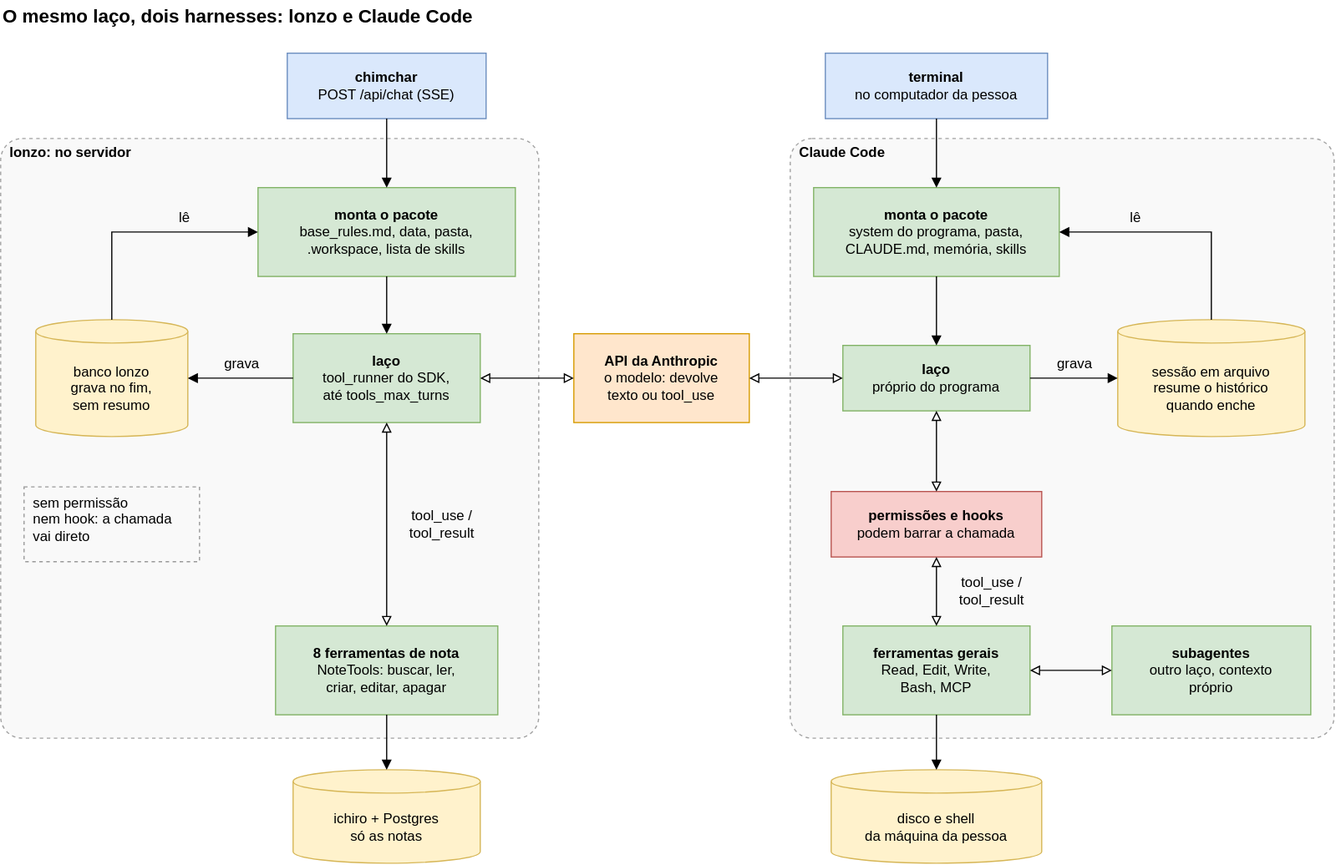
LuccaRh/NoteProject keeps this draw.io diagram as ai/obsidian/IA no projeto/Figuras/harness-lonzo-e-claude-code.drawio.svg. Above is the earlier version. Source tidied: cells renumbered, new cells last; positions are measured from the earlier drawing's top-left corner, leaving out a move shared by most shapes.
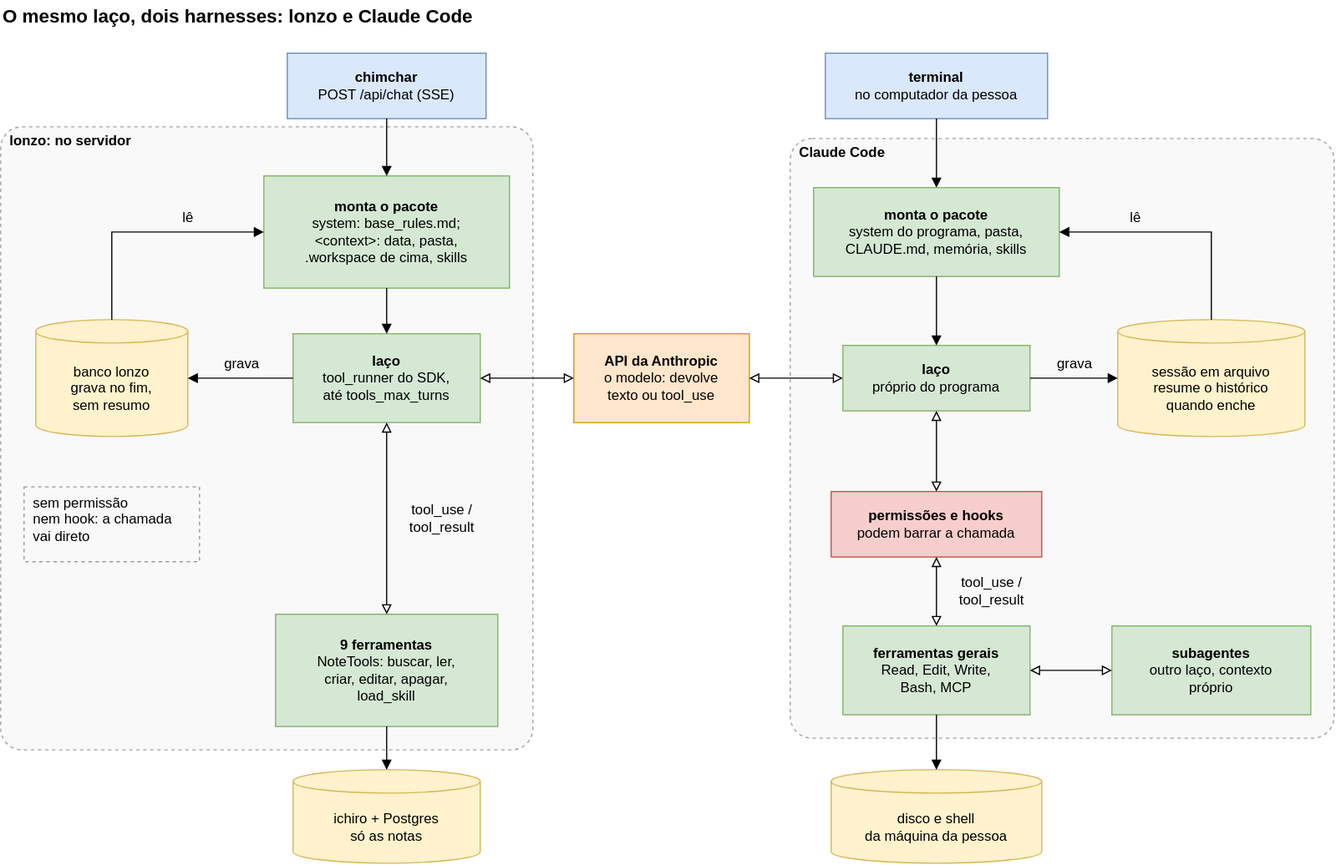
Above is the later version.

The edit, as a diff of the source:
```diff
@@ -5,23 +5,23 @@
     <mxCell id="2" value="O mesmo laço, dois harnesses: lonzo e Claude Code" style="text;html=1;align=left;verticalAlign=middle;fontSize=16;fontStyle=1;" parent="1" vertex="1">
       <mxGeometry width="467" height="26" as="geometry" />
     </mxCell>
+    <mxCell id="4" style="rounded=1;arcSize=4;dashed=1;html=1;fontSize=12;fillColor=#f5f5f5;strokeColor=#666666;opacity=60;" parent="1" vertex="1">
+      <mxGeometry y="108" width="455" height="533" as="geometry" />
+    </mxCell>
     <mxCell id="3" style="rounded=1;arcSize=4;dashed=1;html=1;fontSize=12;fillColor=#f5f5f5;strokeColor=#666666;opacity=60;" parent="1" vertex="1">
       <mxGeometry x="675" y="118" width="465" height="513" as="geometry" />
     </mxCell>
-    <mxCell id="4" style="rounded=1;arcSize=4;dashed=1;html=1;fontSize=12;fillColor=#f5f5f5;strokeColor=#666666;opacity=60;" parent="1" vertex="1">
-      <mxGeometry y="118" width="460" height="513" as="geometry" />
-    </mxCell>
     <mxCell id="5" value="&lt;b&gt;chimchar&lt;/b&gt;&lt;br&gt;POST /api/chat (SSE)" style="html=1;whiteSpace=wrap;fontSize=12;rounded=0;fillColor=#dae8fc;strokeColor=#6c8ebf;" parent="1" vertex="1">
       <mxGeometry x="245" y="45" width="170" height="56" as="geometry" />
     </mxCell>
-    <mxCell id="6" value="&lt;b&gt;monta o pacote&lt;/b&gt;&lt;br&gt;base_rules.md, data, pasta,&lt;br&gt;.workspace, lista de skills" style="html=1;whiteSpace=wrap;fontSize=12;rounded=0;fillColor=#d5e8d4;strokeColor=#82b366;" parent="1" vertex="1">
-      <mxGeometry x="220" y="160" width="220" height="76" as="geometry" />
+    <mxCell id="6" value="&lt;b&gt;monta o pacote&lt;/b&gt;&lt;br&gt;system: base_rules.md;&lt;br&gt;&amp;lt;context&amp;gt;: data, pasta,&lt;br&gt;.workspace de cima, skills" style="html=1;whiteSpace=wrap;fontSize=12;rounded=0;fillColor=#d5e8d4;strokeColor=#82b366;" parent="1" vertex="1">
+      <mxGeometry x="225" y="150" width="210" height="96" as="geometry" />
     </mxCell>
     <mxCell id="7" value="&lt;b&gt;laço&lt;/b&gt;&lt;br&gt;tool_runner do SDK,&lt;br&gt;até tools_max_turns" style="html=1;whiteSpace=wrap;fontSize=12;rounded=0;fillColor=#d5e8d4;strokeColor=#82b366;" parent="1" vertex="1">
       <mxGeometry x="250" y="285" width="160" height="76" as="geometry" />
     </mxCell>
-    <mxCell id="8" value="&lt;b&gt;8 ferramentas de nota&lt;/b&gt;&lt;br&gt;NoteTools: buscar, ler,&lt;br&gt;criar, editar, apagar" style="html=1;whiteSpace=wrap;fontSize=12;rounded=0;fillColor=#d5e8d4;strokeColor=#82b366;" parent="1" vertex="1">
-      <mxGeometry x="235" y="535" width="190" height="76" as="geometry" />
+    <mxCell id="8" value="&lt;b&gt;9 ferramentas&lt;/b&gt;&lt;br&gt;NoteTools: buscar, ler,&lt;br&gt;criar, editar, apagar,&lt;br&gt;load_skill" style="html=1;whiteSpace=wrap;fontSize=12;rounded=0;fillColor=#d5e8d4;strokeColor=#82b366;" parent="1" vertex="1">
+      <mxGeometry x="235" y="525" width="190" height="96" as="geometry" />
     </mxCell>
     <mxCell id="9" value="banco lonzo&lt;br&gt;grava no fim,&lt;br&gt;sem resumo" style="html=1;whiteSpace=wrap;fontSize=12;shape=cylinder3;boundedLbl=1;backgroundOutline=1;size=10;fillColor=#fff2cc;strokeColor=#d6b656;" parent="1" vertex="1">
       <mxGeometry x="30" y="273" width="130" height="100" as="geometry" />
@@ -62,19 +62,19 @@
     <mxCell id="21" style="html=1;rounded=0;endArrow=block;endFill=1;startArrow=none;" parent="1" edge="1">
       <mxGeometry relative="1" as="geometry">
         <mxPoint x="330" y="101" as="sourcePoint" />
-        <mxPoint x="330" y="160" as="targetPoint" />
+        <mxPoint x="330" y="150" as="targetPoint" />
       </mxGeometry>
     </mxCell>
     <mxCell id="22" style="html=1;rounded=0;endArrow=block;endFill=1;startArrow=none;" parent="1" edge="1">
       <mxGeometry relative="1" as="geometry">
-        <mxPoint x="330" y="236" as="sourcePoint" />
+        <mxPoint x="330" y="246" as="sourcePoint" />
         <mxPoint x="330" y="285" as="targetPoint" />
       </mxGeometry>
     </mxCell>
     <mxCell id="23" style="html=1;rounded=0;endArrow=block;endFill=1;startArrow=none;" parent="1" edge="1">
       <mxGeometry relative="1" as="geometry">
         <mxPoint x="95" y="273" as="sourcePoint" />
-        <mxPoint x="220" y="198" as="targetPoint" />
+        <mxPoint x="225" y="198" as="targetPoint" />
         <Array as="points">
           <mxPoint x="95" y="198" />
         </Array>
@@ -95,12 +95,12 @@
     <mxCell id="26" style="html=1;rounded=0;endArrow=block;endFill=0;startArrow=block;startFill=0;" parent="1" edge="1">
       <mxGeometry relative="1" as="geometry">
         <mxPoint x="330" y="361" as="sourcePoint" />
-        <mxPoint x="330" y="535" as="targetPoint" />
+        <mxPoint x="330" y="525" as="targetPoint" />
       </mxGeometry>
     </mxCell>
     <mxCell id="27" style="html=1;rounded=0;endArrow=block;endFill=1;startArrow=none;" parent="1" edge="1">
       <mxGeometry relative="1" as="geometry">
-        <mxPoint x="330" y="611" as="sourcePoint" />
+        <mxPoint x="330" y="621" as="sourcePoint" />
         <mxPoint x="330" y="658" as="targetPoint" />
       </mxGeometry>
     </mxCell>
@@ -162,19 +162,19 @@
       </mxGeometry>
     </mxCell>
     <mxCell id="37" value="&lt;b&gt;lonzo: no servidor&lt;/b&gt;" style="text;html=1;align=left;verticalAlign=middle;fontSize=12;" parent="1" vertex="1">
-      <mxGeometry x="6" y="121" width="142" height="18" as="geometry" />
+      <mxGeometry x="6" y="111" width="142" height="18" as="geometry" />
     </mxCell>
     <mxCell id="38" value="&lt;b&gt;Claude Code&lt;/b&gt;" style="text;html=1;align=left;verticalAlign=middle;fontSize=12;" parent="1" vertex="1">
       <mxGeometry x="681" y="121" width="93" height="18" as="geometry" />
     </mxCell>
     <mxCell id="39" value="lê" style="text;html=1;align=center;verticalAlign=middle;fontSize=12;" parent="1" vertex="1">
-      <mxGeometry x="142" y="177" width="30" height="18" as="geometry" />
+      <mxGeometry x="145" y="177" width="30" height="18" as="geometry" />
     </mxCell>
     <mxCell id="40" value="grava" style="text;html=1;align=center;verticalAlign=middle;fontSize=12;" parent="1" vertex="1">
       <mxGeometry x="180" y="302" width="51" height="18" as="geometry" />
     </mxCell>
     <mxCell id="41" value="tool_use /&lt;br&gt;tool_result" style="text;html=1;align=center;verticalAlign=middle;fontSize=12;" parent="1" vertex="1">
-      <mxGeometry x="334" y="430" width="86" height="36" as="geometry" />
+      <mxGeometry x="334" y="425" width="86" height="36" as="geometry" />
     </mxCell>
     <mxCell id="42" value="lê" style="text;html=1;align=center;verticalAlign=middle;fontSize=12;" parent="1" vertex="1">
       <mxGeometry x="955" y="177" width="30" height="18" as="geometry" />
```
